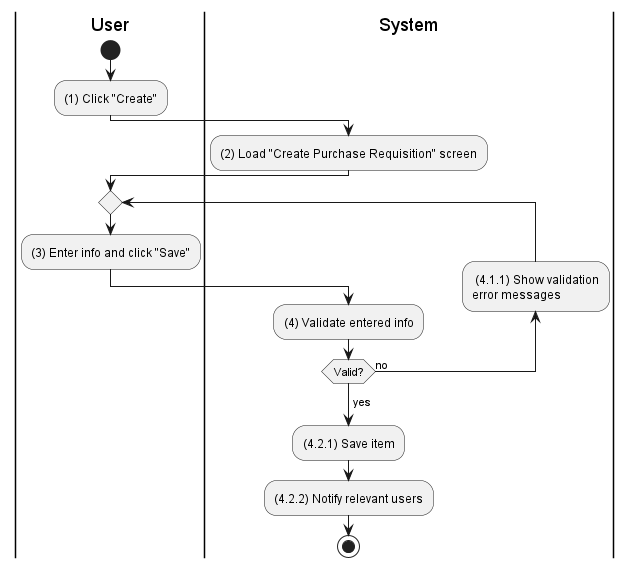
Earlier version of the PlantUML export activities/purchase-requisition-create.png (phihungha/scmss-reqs).
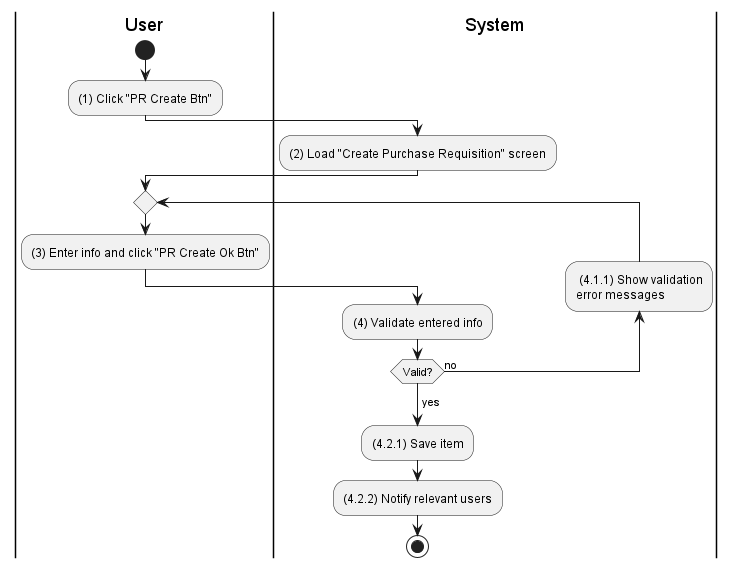
Later version of the same file.

Change to the diagram source:
```diff
@@ -4,14 +4,14 @@
 
 |u|
 start
-:(1) Click "Create";
+:(1) Click "PR Create Btn";
 
 |s|
 :(2) Load "Create Purchase Requisition" screen;
 
 |u|
 repeat
-    :(3) Enter info and click "Save";
+    :(3) Enter info and click "PR Create Ok Btn";
     |s|
     :(4) Validate entered info;
     backward: (4.1.1) Show validation\nerror messages;
```
